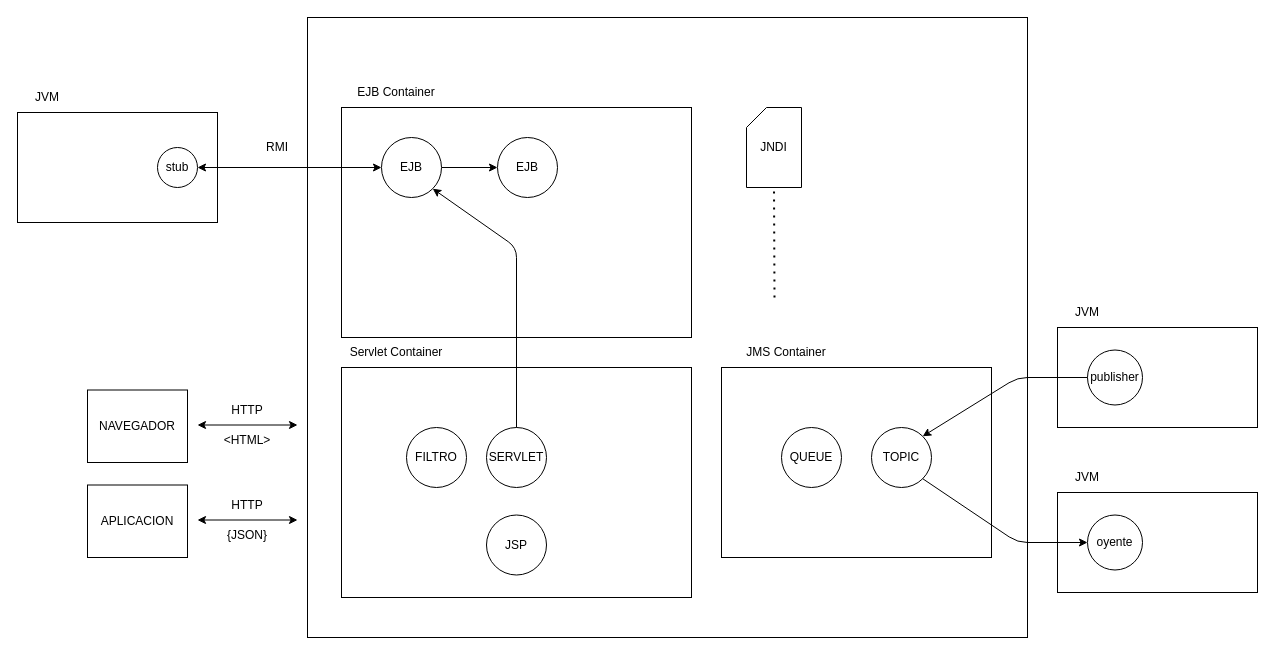
Earlier version of the draw.io diagram page "Página-2" (2 of 30) of diagramas.drawio (lrag/JEE). Source tidied: cells renumbered, new cells numbered last; positions are measured from the earlier drawing's top-left corner, leaving out a move shared by most shapes. Both pictures are drawn from the tidied source at 100%, with x=0, y=0 at pixel (17, 17).
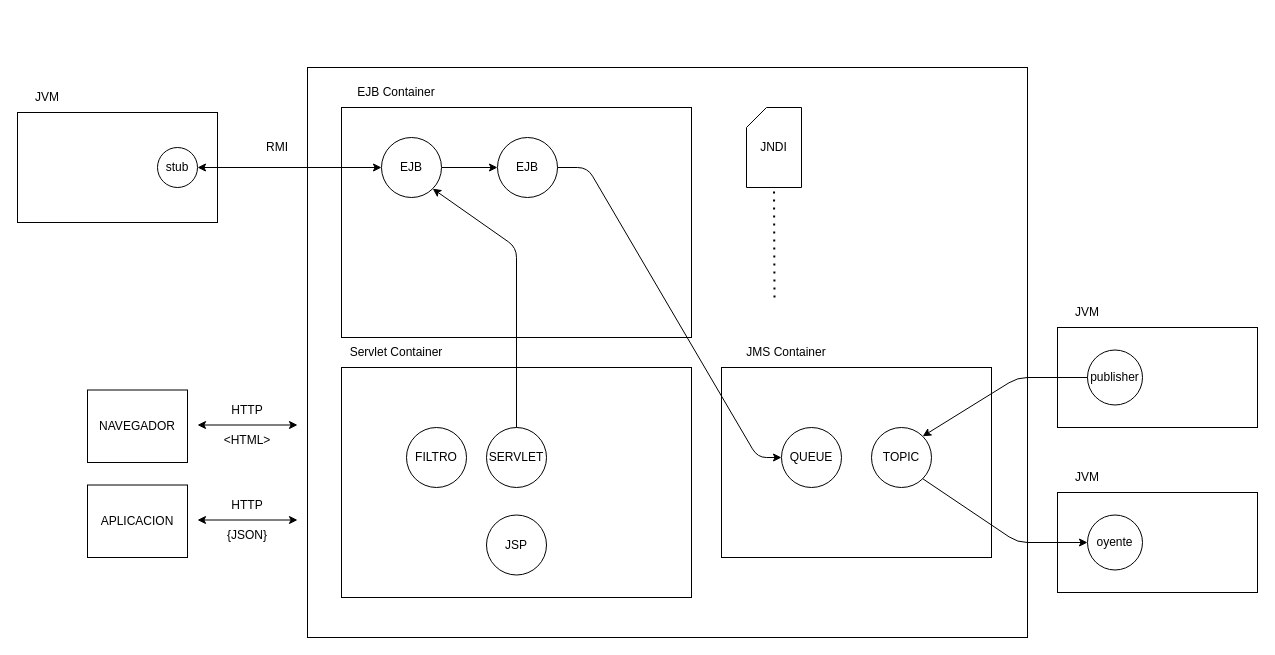
The same page after the edit.

The change refers to these unchanged cells:
```xml
<mxCell id="15" value="QUEUE" style="ellipse;whiteSpace=wrap;html=1;" parent="1" vertex="1">
  <mxGeometry x="764" y="410" width="60" height="60" as="geometry" />
</mxCell>
<mxCell id="40" value="EJB" style="ellipse;whiteSpace=wrap;html=1;" parent="1" vertex="1">
  <mxGeometry x="480" y="120" width="60" height="60" as="geometry" />
</mxCell>
```

What changed in the source:
```diff
@@
     <mxCell id="2" style="rounded=0;whiteSpace=wrap;html=1;fillColor=none;" parent="1" vertex="1">
-      <mxGeometry x="290" width="720" height="620" as="geometry" />
+      <mxGeometry x="290" y="50" width="720" height="570" as="geometry" />
     </mxCell>
@@
+    <mxCell id="41" style="endArrow=classic;html=1;rounded=1;exitX=1;exitY=0.5;exitDx=0;exitDy=0;entryX=0;entryY=0.5;entryDx=0;entryDy=0;" parent="1" edge="1" source="40" target="15">
+      <mxGeometry relative="1" as="geometry">
+        <Array as="points">
+          <mxPoint x="570" y="150" />
+          <mxPoint x="740" y="440" />
+        </Array>
+      </mxGeometry>
+    </mxCell>
```
